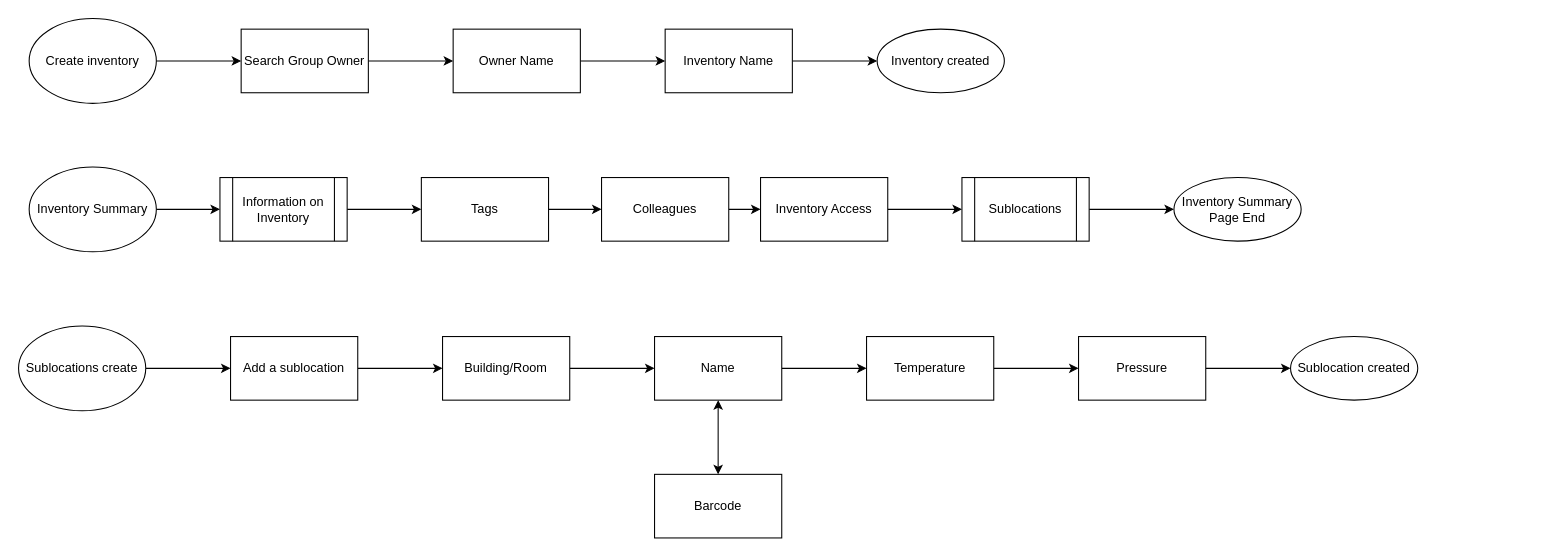
samuelroiz/WorkFlows_storage keeps this draw.io diagram as Chemical_Inventory.drawio. Above is the earlier version. Source tidied: cells renumbered, new cells numbered last; positions are measured from the earlier drawing's top-left corner, leaving out a move shared by most shapes. Both pictures are drawn from the tidied source at 106%, with x=0, y=0 at pixel (18, 18).
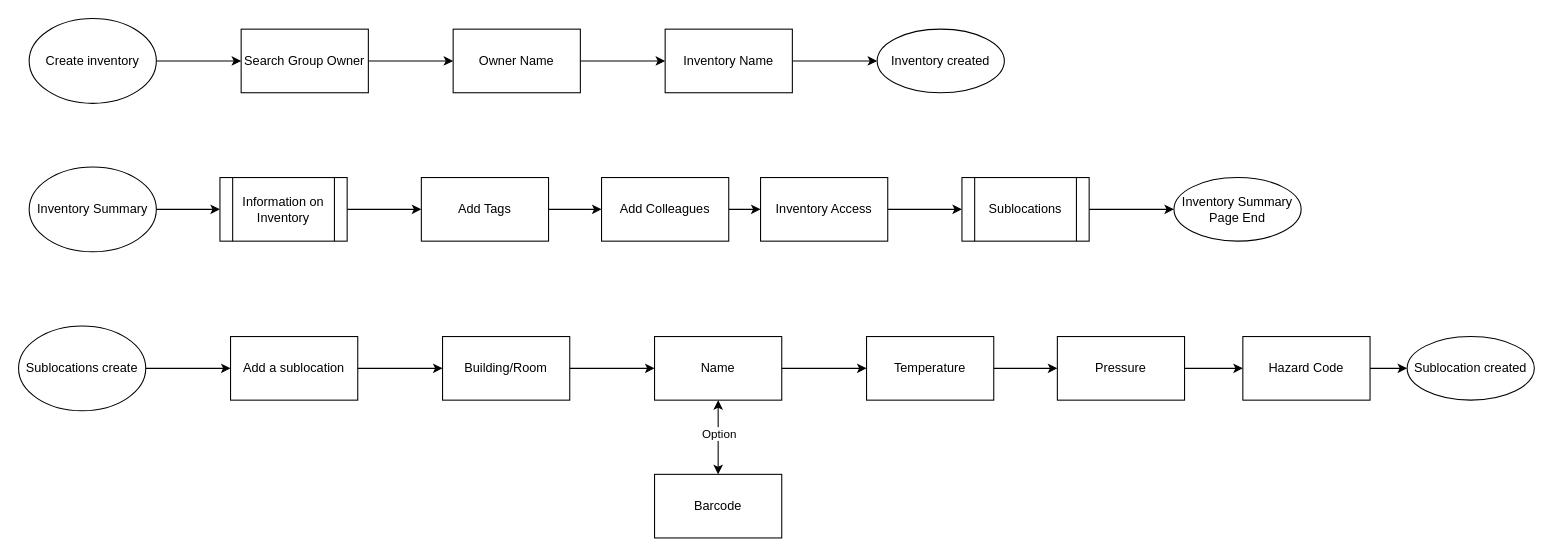
Above is the later version.

The change refers to these unchanged cells:
```xml
<mxCell id="33" style="endArrow=classic;startArrow=classic;html=1;rounded=0;entryX=0.5;entryY=1;entryDx=0;entryDy=0;exitX=0.5;exitY=0;exitDx=0;exitDy=0;" parent="1" edge="1" source="32" target="31">
  <mxGeometry relative="1" as="geometry" />
</mxCell>
```

Change to the diagram source:
```diff
@@
-    <mxCell id="16" value="Tags" style="whiteSpace=wrap;html=1;" parent="1" vertex="1">
+    <mxCell id="16" value="Add Tags" style="whiteSpace=wrap;html=1;" parent="1" vertex="1">
       <mxGeometry x="380" y="150" width="120" height="60" as="geometry" />
     </mxCell>
@@
-    <mxCell id="20" value="Colleagues" style="whiteSpace=wrap;html=1;" parent="1" vertex="1">
+    <mxCell id="20" value="Add Colleagues" style="whiteSpace=wrap;html=1;" parent="1" vertex="1">
       <mxGeometry x="550" y="150" width="120" height="60" as="geometry" />
     </mxCell>
@@
+    <mxCell id="39" value="Option" style="edgeLabel;html=1;align=center;verticalAlign=middle;" parent="33" vertex="1">
+      <mxGeometry x="0.11" relative="1" as="geometry" />
+    </mxCell>
@@
-    <mxCell id="36" style="edgeStyle=orthogonalEdgeStyle;rounded=0;jettySize=auto;html=1;" parent="1" edge="1" source="37" target="38">
-      <mxGeometry relative="1" as="geometry" />
-    </mxCell>
+    <mxCell id="40" style="edgeStyle=orthogonalEdgeStyle;rounded=0;jettySize=auto;html=1;" parent="1" edge="1" source="37" target="42">
+      <mxGeometry relative="1" as="geometry" />
+    </mxCell>
     <mxCell id="37" value="Pressure" style="whiteSpace=wrap;html=1;" parent="1" vertex="1">
-      <mxGeometry x="1000" y="300" width="120" height="60" as="geometry" />
+      <mxGeometry x="980" y="300" width="120" height="60" as="geometry" />
     </mxCell>
     <mxCell id="38" value="Sublocation created" style="ellipse;whiteSpace=wrap;html=1;" parent="1" vertex="1">
-      <mxGeometry x="1200" y="300" width="120" height="60" as="geometry" />
+      <mxGeometry x="1310" y="300" width="120" height="60" as="geometry" />
     </mxCell>
+    <mxCell id="41" style="edgeStyle=orthogonalEdgeStyle;rounded=0;jettySize=auto;html=1;" parent="1" edge="1" source="42" target="38">
+      <mxGeometry relative="1" as="geometry" />
+    </mxCell>
+    <mxCell id="42" value="Hazard Code" style="rounded=0;whiteSpace=wrap;html=1;" parent="1" vertex="1">
+      <mxGeometry x="1155" y="300" width="120" height="60" as="geometry" />
+    </mxCell>
```
